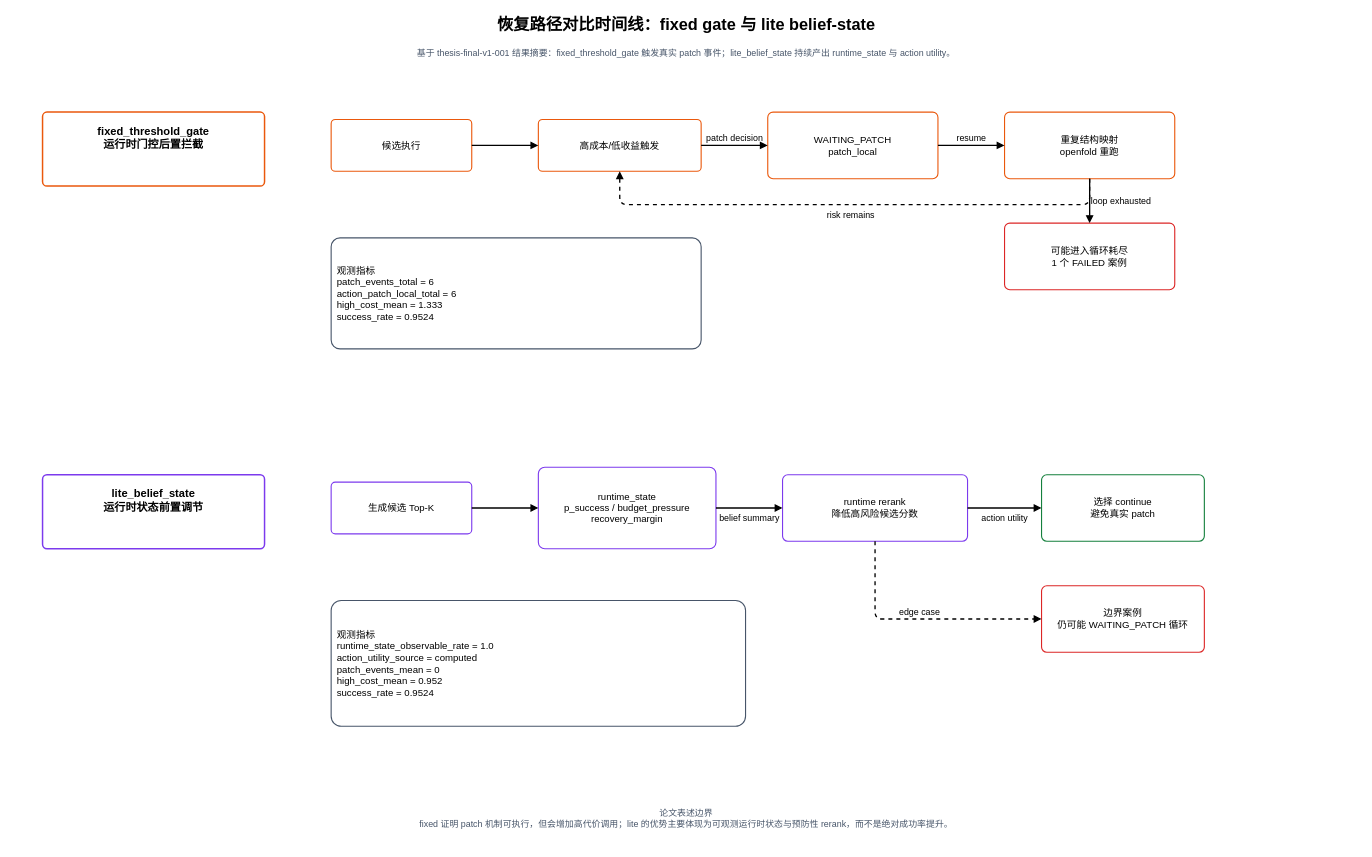
This is page "Recovery Path Comparison Timeline" (1 of 2) of paper/figures/recovery-path-comparison-timeline.drawio from Yuri-Kon/thesis-project, a draw.io file, before an edit. Source tidied: cells renumbered, new cells numbered last; positions are measured from the earlier drawing's top-left corner, leaving out a move shared by most shapes. Both pictures are drawn from the tidied source at 74%, with x=0, y=0 at pixel (13, 13).
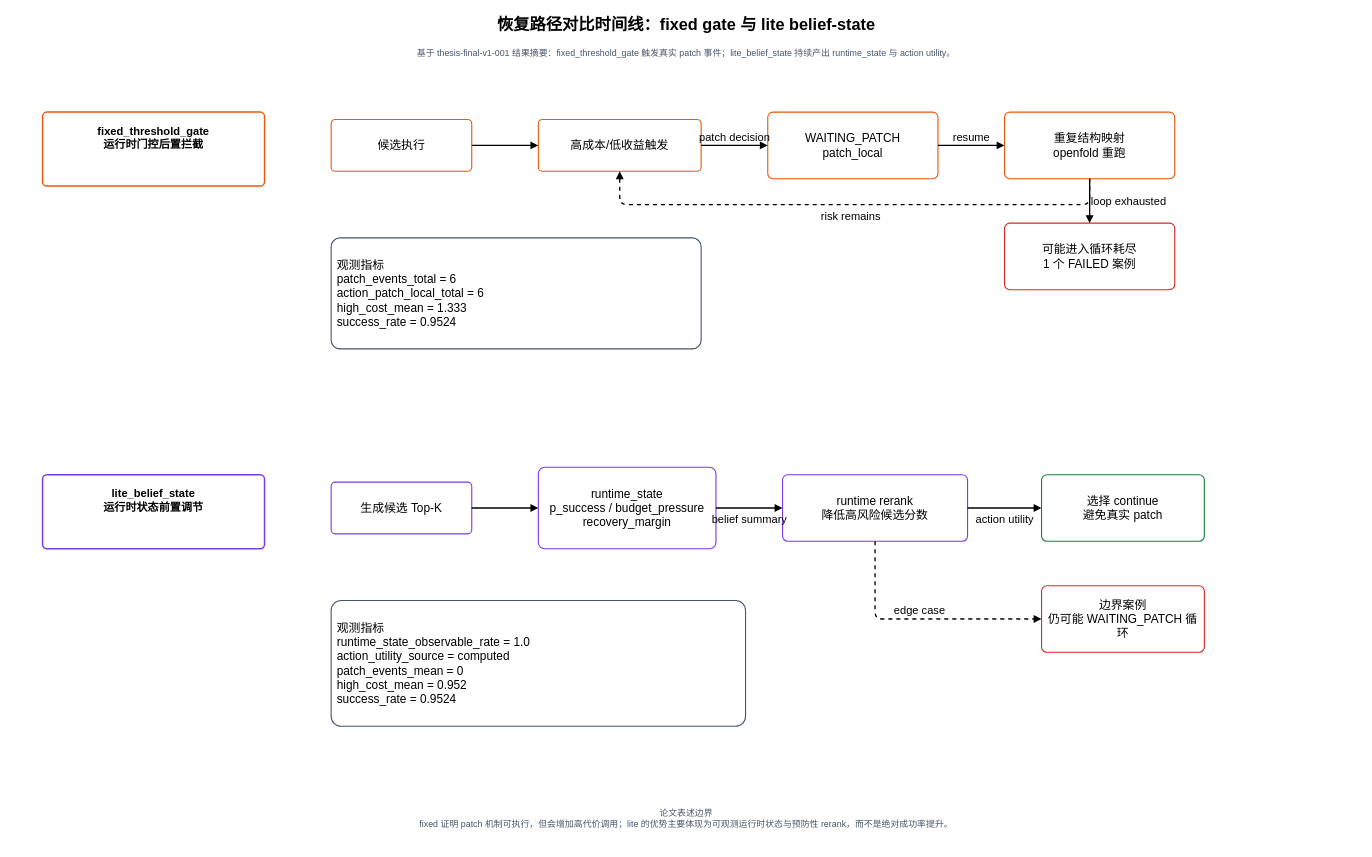
Above is the later version.

The edit, as a diff of the source:
```diff
@@
-    <mxCell id="5" value="候选执行" style="rounded=1;whiteSpace=wrap;html=1;arcSize=8;fillColor=#FFFFFF;strokeWidth=1.5;fontFamily=Helvetica;fontSize=13;align=center;verticalAlign=middle;spacing=8;strokeColor=#EA580C;" parent="1" vertex="1">
+    <mxCell id="5" value="候选执行" style="rounded=1;whiteSpace=wrap;html=1;arcSize=8;fillColor=#FFFFFF;strokeWidth=1.5;fontFamily=Helvetica;fontSize=16;align=center;verticalAlign=middle;spacing=8;strokeColor=#EA580C;" parent="1" vertex="1">
       <mxGeometry x="430" y="144" width="190" height="70" as="geometry" />
     </mxCell>
-    <mxCell id="6" value="高成本/低收益触发" style="rounded=1;whiteSpace=wrap;html=1;arcSize=8;fillColor=#FFFFFF;strokeWidth=1.5;fontFamily=Helvetica;fontSize=13;align=center;verticalAlign=middle;spacing=8;strokeColor=#EA580C;" parent="1" vertex="1">
+    <mxCell id="6" value="高成本/低收益触发" style="rounded=1;whiteSpace=wrap;html=1;arcSize=8;fillColor=#FFFFFF;strokeWidth=1.5;fontFamily=Helvetica;fontSize=16;align=center;verticalAlign=middle;spacing=8;strokeColor=#EA580C;" parent="1" vertex="1">
       <mxGeometry x="710" y="144" width="220" height="70" as="geometry" />
     </mxCell>
-    <mxCell id="7" value="WAITING_PATCH&lt;br&gt;patch_local" style="rounded=1;whiteSpace=wrap;html=1;arcSize=8;fillColor=#FFFFFF;strokeWidth=1.5;fontFamily=Helvetica;fontSize=13;align=center;verticalAlign=middle;spacing=8;strokeColor=#EA580C;" parent="1" vertex="1">
+    <mxCell id="7" value="WAITING_PATCH&lt;br&gt;patch_local" style="rounded=1;whiteSpace=wrap;html=1;arcSize=8;fillColor=#FFFFFF;strokeWidth=1.5;fontFamily=Helvetica;fontSize=16;align=center;verticalAlign=middle;spacing=8;strokeColor=#EA580C;" parent="1" vertex="1">
       <mxGeometry x="1020" y="134" width="230" height="90" as="geometry" />
     </mxCell>
-    <mxCell id="8" value="重复结构映射&lt;br&gt;openfold 重跑" style="rounded=1;whiteSpace=wrap;html=1;arcSize=8;fillColor=#FFFFFF;strokeWidth=1.5;fontFamily=Helvetica;fontSize=13;align=center;verticalAlign=middle;spacing=8;strokeColor=#EA580C;" parent="1" vertex="1">
+    <mxCell id="8" value="重复结构映射&lt;br&gt;openfold 重跑" style="rounded=1;whiteSpace=wrap;html=1;arcSize=8;fillColor=#FFFFFF;strokeWidth=1.5;fontFamily=Helvetica;fontSize=16;align=center;verticalAlign=middle;spacing=8;strokeColor=#EA580C;" parent="1" vertex="1">
       <mxGeometry x="1340" y="134" width="230" height="90" as="geometry" />
     </mxCell>
-    <mxCell id="9" value="可能进入循环耗尽&lt;br&gt;1 个 FAILED 案例" style="rounded=1;whiteSpace=wrap;html=1;arcSize=8;fillColor=#FFFFFF;strokeWidth=1.5;fontFamily=Helvetica;fontSize=13;align=center;verticalAlign=middle;spacing=8;strokeColor=#DC2626;" parent="1" vertex="1">
+    <mxCell id="9" value="可能进入循环耗尽&lt;br&gt;1 个 FAILED 案例" style="rounded=1;whiteSpace=wrap;html=1;arcSize=8;fillColor=#FFFFFF;strokeWidth=1.5;fontFamily=Helvetica;fontSize=16;align=center;verticalAlign=middle;spacing=8;strokeColor=#DC2626;" parent="1" vertex="1">
       <mxGeometry x="1340" y="284" width="230" height="90" as="geometry" />
     </mxCell>
@@
-    <mxCell id="11" value="patch decision" style="endArrow=block;html=1;rounded=1;strokeWidth=1.8;fontSize=12;fontFamily=Helvetica;labelBackgroundColor=none;labelPosition=center;verticalLabelPosition=top;align=center;verticalAlign=bottom;" parent="1" edge="1" source="6" target="7">
+    <mxCell id="11" value="patch decision" style="endArrow=block;html=1;rounded=1;strokeWidth=1.8;fontSize=15;fontFamily=Helvetica;labelBackgroundColor=none;labelPosition=center;verticalLabelPosition=top;align=center;verticalAlign=bottom;" parent="1" edge="1" source="6" target="7">
       <mxGeometry relative="1" as="geometry" />
     </mxCell>
-    <mxCell id="12" value="resume" style="endArrow=block;html=1;rounded=1;strokeWidth=1.8;fontSize=12;fontFamily=Helvetica;labelBackgroundColor=none;labelPosition=center;verticalLabelPosition=top;align=center;verticalAlign=bottom;" parent="1" edge="1" source="7" target="8">
+    <mxCell id="12" value="resume" style="endArrow=block;html=1;rounded=1;strokeWidth=1.8;fontSize=15;fontFamily=Helvetica;labelBackgroundColor=none;labelPosition=center;verticalLabelPosition=top;align=center;verticalAlign=bottom;" parent="1" edge="1" source="7" target="8">
       <mxGeometry relative="1" as="geometry" />
     </mxCell>
-    <mxCell id="13" value="risk remains" style="endArrow=block;html=1;rounded=1;strokeWidth=1.8;fontSize=12;fontFamily=Helvetica;labelBackgroundColor=none;dashed=1;labelPosition=center;verticalLabelPosition=bottom;align=center;verticalAlign=top;exitX=0.5;exitY=1;exitDx=0;exitDy=0;entryX=0.5;entryY=1;entryDx=0;entryDy=0;" parent="1" edge="1" source="8" target="6">
+    <mxCell id="13" value="risk remains" style="endArrow=block;html=1;rounded=1;strokeWidth=1.8;fontSize=15;fontFamily=Helvetica;labelBackgroundColor=none;dashed=1;labelPosition=center;verticalLabelPosition=bottom;align=center;verticalAlign=top;exitX=0.5;exitY=1;exitDx=0;exitDy=0;entryX=0.5;entryY=1;entryDx=0;entryDy=0;" parent="1" edge="1" source="8" target="6">
       <mxGeometry relative="1" as="geometry">
         <Array as="points">
           <mxPoint x="1455" y="259" />
           <mxPoint x="820" y="259" />
         </Array>
       </mxGeometry>
     </mxCell>
-    <mxCell id="14" value="loop exhausted" style="endArrow=block;html=1;rounded=1;strokeWidth=1.8;fontSize=12;fontFamily=Helvetica;labelBackgroundColor=none;labelPosition=right;verticalLabelPosition=middle;align=left;verticalAlign=middle;" parent="1" edge="1" source="8" target="9">
+    <mxCell id="14" value="loop exhausted" style="endArrow=block;html=1;rounded=1;strokeWidth=1.8;fontSize=15;fontFamily=Helvetica;labelBackgroundColor=none;labelPosition=right;verticalLabelPosition=middle;align=left;verticalAlign=middle;" parent="1" edge="1" source="8" target="9">
       <mxGeometry relative="1" as="geometry">
         <Array as="points">
           <mxPoint x="1455" y="259" />
         </Array>
       </mxGeometry>
     </mxCell>
-    <mxCell id="15" value="观测指标&lt;br&gt;patch_events_total = 6&lt;br&gt;action_patch_local_total = 6&lt;br&gt;high_cost_mean = 1.333&lt;br&gt;success_rate = 0.9524" style="rounded=1;whiteSpace=wrap;html=1;arcSize=8;fillColor=#FFFFFF;strokeWidth=1.5;fontFamily=Helvetica;fontSize=13;align=center;verticalAlign=middle;spacing=8;strokeColor=#475569;align=left;" parent="1" vertex="1">
+    <mxCell id="15" value="观测指标&lt;br&gt;patch_events_total = 6&lt;br&gt;action_patch_local_total = 6&lt;br&gt;high_cost_mean = 1.333&lt;br&gt;success_rate = 0.9524" style="rounded=1;whiteSpace=wrap;html=1;arcSize=8;fillColor=#FFFFFF;strokeWidth=1.5;fontFamily=Helvetica;fontSize=16;align=center;verticalAlign=middle;spacing=8;strokeColor=#475569;align=left;" parent="1" vertex="1">
       <mxGeometry x="430" y="304" width="500" height="150" as="geometry" />
     </mxCell>
@@
-    <mxCell id="17" value="生成候选 Top-K" style="rounded=1;whiteSpace=wrap;html=1;arcSize=8;fillColor=#FFFFFF;strokeWidth=1.5;fontFamily=Helvetica;fontSize=13;align=center;verticalAlign=middle;spacing=8;strokeColor=#7C3AED;" parent="1" vertex="1">
+    <mxCell id="17" value="生成候选 Top-K" style="rounded=1;whiteSpace=wrap;html=1;arcSize=8;fillColor=#FFFFFF;strokeWidth=1.5;fontFamily=Helvetica;fontSize=16;align=center;verticalAlign=middle;spacing=8;strokeColor=#7C3AED;" parent="1" vertex="1">
       <mxGeometry x="430" y="634" width="190" height="70" as="geometry" />
     </mxCell>
-    <mxCell id="18" value="runtime_state&lt;br&gt;p_success / budget_pressure&lt;br&gt;recovery_margin" style="rounded=1;whiteSpace=wrap;html=1;arcSize=8;fillColor=#FFFFFF;strokeWidth=1.5;fontFamily=Helvetica;fontSize=13;align=center;verticalAlign=middle;spacing=8;strokeColor=#7C3AED;" parent="1" vertex="1">
+    <mxCell id="18" value="runtime_state&lt;br&gt;p_success / budget_pressure&lt;br&gt;recovery_margin" style="rounded=1;whiteSpace=wrap;html=1;arcSize=8;fillColor=#FFFFFF;strokeWidth=1.5;fontFamily=Helvetica;fontSize=16;align=center;verticalAlign=middle;spacing=8;strokeColor=#7C3AED;" parent="1" vertex="1">
       <mxGeometry x="710" y="614" width="240" height="110" as="geometry" />
     </mxCell>
-    <mxCell id="19" value="runtime rerank&lt;br&gt;降低高风险候选分数" style="rounded=1;whiteSpace=wrap;html=1;arcSize=8;fillColor=#FFFFFF;strokeWidth=1.5;fontFamily=Helvetica;fontSize=13;align=center;verticalAlign=middle;spacing=8;strokeColor=#7C3AED;" parent="1" vertex="1">
+    <mxCell id="19" value="runtime rerank&lt;br&gt;降低高风险候选分数" style="rounded=1;whiteSpace=wrap;html=1;arcSize=8;fillColor=#FFFFFF;strokeWidth=1.5;fontFamily=Helvetica;fontSize=16;align=center;verticalAlign=middle;spacing=8;strokeColor=#7C3AED;" parent="1" vertex="1">
       <mxGeometry x="1040" y="624" width="250" height="90" as="geometry" />
     </mxCell>
-    <mxCell id="20" value="选择 continue&lt;br&gt;避免真实 patch" style="rounded=1;whiteSpace=wrap;html=1;arcSize=8;fillColor=#FFFFFF;strokeWidth=1.5;fontFamily=Helvetica;fontSize=13;align=center;verticalAlign=middle;spacing=8;strokeColor=#15803D;" parent="1" vertex="1">
+    <mxCell id="20" value="选择 continue&lt;br&gt;避免真实 patch" style="rounded=1;whiteSpace=wrap;html=1;arcSize=8;fillColor=#FFFFFF;strokeWidth=1.5;fontFamily=Helvetica;fontSize=16;align=center;verticalAlign=middle;spacing=8;strokeColor=#15803D;" parent="1" vertex="1">
       <mxGeometry x="1390" y="624" width="220" height="90" as="geometry" />
     </mxCell>
-    <mxCell id="21" value="边界案例&lt;br&gt;仍可能 WAITING_PATCH 循环" style="rounded=1;whiteSpace=wrap;html=1;arcSize=8;fillColor=#FFFFFF;strokeWidth=1.5;fontFamily=Helvetica;fontSize=13;align=center;verticalAlign=middle;spacing=8;strokeColor=#DC2626;" parent="1" vertex="1">
+    <mxCell id="21" value="边界案例&lt;br&gt;仍可能 WAITING_PATCH 循环" style="rounded=1;whiteSpace=wrap;html=1;arcSize=8;fillColor=#FFFFFF;strokeWidth=1.5;fontFamily=Helvetica;fontSize=16;align=center;verticalAlign=middle;spacing=8;strokeColor=#DC2626;" parent="1" vertex="1">
       <mxGeometry x="1390" y="774" width="220" height="90" as="geometry" />
     </mxCell>
@@
-    <mxCell id="23" value="belief summary" style="endArrow=block;html=1;rounded=1;strokeWidth=1.8;fontSize=12;fontFamily=Helvetica;labelBackgroundColor=none;labelPosition=center;verticalLabelPosition=bottom;align=center;verticalAlign=top;" parent="1" edge="1" source="18" target="19">
+    <mxCell id="23" value="belief summary" style="endArrow=block;html=1;rounded=1;strokeWidth=1.8;fontSize=15;fontFamily=Helvetica;labelBackgroundColor=none;labelPosition=center;verticalLabelPosition=bottom;align=center;verticalAlign=top;" parent="1" edge="1" source="18" target="19">
       <mxGeometry relative="1" as="geometry" />
     </mxCell>
-    <mxCell id="24" value="action utility" style="endArrow=block;html=1;rounded=1;strokeWidth=1.8;fontSize=12;fontFamily=Helvetica;labelBackgroundColor=none;labelPosition=center;verticalLabelPosition=bottom;align=center;verticalAlign=top;" parent="1" edge="1" source="19" target="20">
+    <mxCell id="24" value="action utility" style="endArrow=block;html=1;rounded=1;strokeWidth=1.8;fontSize=15;fontFamily=Helvetica;labelBackgroundColor=none;labelPosition=center;verticalLabelPosition=bottom;align=center;verticalAlign=top;" parent="1" edge="1" source="19" target="20">
       <mxGeometry relative="1" as="geometry" />
     </mxCell>
-    <mxCell id="25" value="edge case" style="endArrow=block;html=1;rounded=1;strokeWidth=1.8;fontSize=12;fontFamily=Helvetica;labelBackgroundColor=none;dashed=1;entryX=0;entryY=0.5;entryDx=0;entryDy=0;exitX=0.5;exitY=1;exitDx=0;exitDy=0;labelPosition=center;verticalLabelPosition=top;align=center;verticalAlign=bottom;" parent="1" edge="1" source="19" target="21">
+    <mxCell id="25" value="edge case" style="endArrow=block;html=1;rounded=1;strokeWidth=1.8;fontSize=15;fontFamily=Helvetica;labelBackgroundColor=none;dashed=1;entryX=0;entryY=0.5;entryDx=0;entryDy=0;exitX=0.5;exitY=1;exitDx=0;exitDy=0;labelPosition=center;verticalLabelPosition=top;align=center;verticalAlign=bottom;" parent="1" edge="1" source="19" target="21">
       <mxGeometry relative="1" as="geometry">
         <Array as="points">
           <mxPoint x="1165" y="819" />
         </Array>
       </mxGeometry>
     </mxCell>
-    <mxCell id="26" value="观测指标&lt;br&gt;runtime_state_observable_rate = 1.0&lt;br&gt;action_utility_source = computed&lt;br&gt;patch_events_mean = 0&lt;br&gt;high_cost_mean = 0.952&lt;br&gt;success_rate = 0.9524" style="rounded=1;whiteSpace=wrap;html=1;arcSize=8;fillColor=#FFFFFF;strokeWidth=1.5;fontFamily=Helvetica;fontSize=13;align=center;verticalAlign=middle;spacing=8;strokeColor=#475569;align=left;" parent="1" vertex="1">
+    <mxCell id="26" value="观测指标&lt;br&gt;runtime_state_observable_rate = 1.0&lt;br&gt;action_utility_source = computed&lt;br&gt;patch_events_mean = 0&lt;br&gt;high_cost_mean = 0.952&lt;br&gt;success_rate = 0.9524" style="rounded=1;whiteSpace=wrap;html=1;arcSize=8;fillColor=#FFFFFF;strokeWidth=1.5;fontFamily=Helvetica;fontSize=16;align=center;verticalAlign=middle;spacing=8;strokeColor=#475569;align=left;" parent="1" vertex="1">
       <mxGeometry x="430" y="794" width="560" height="170" as="geometry" />
     </mxCell>
```
